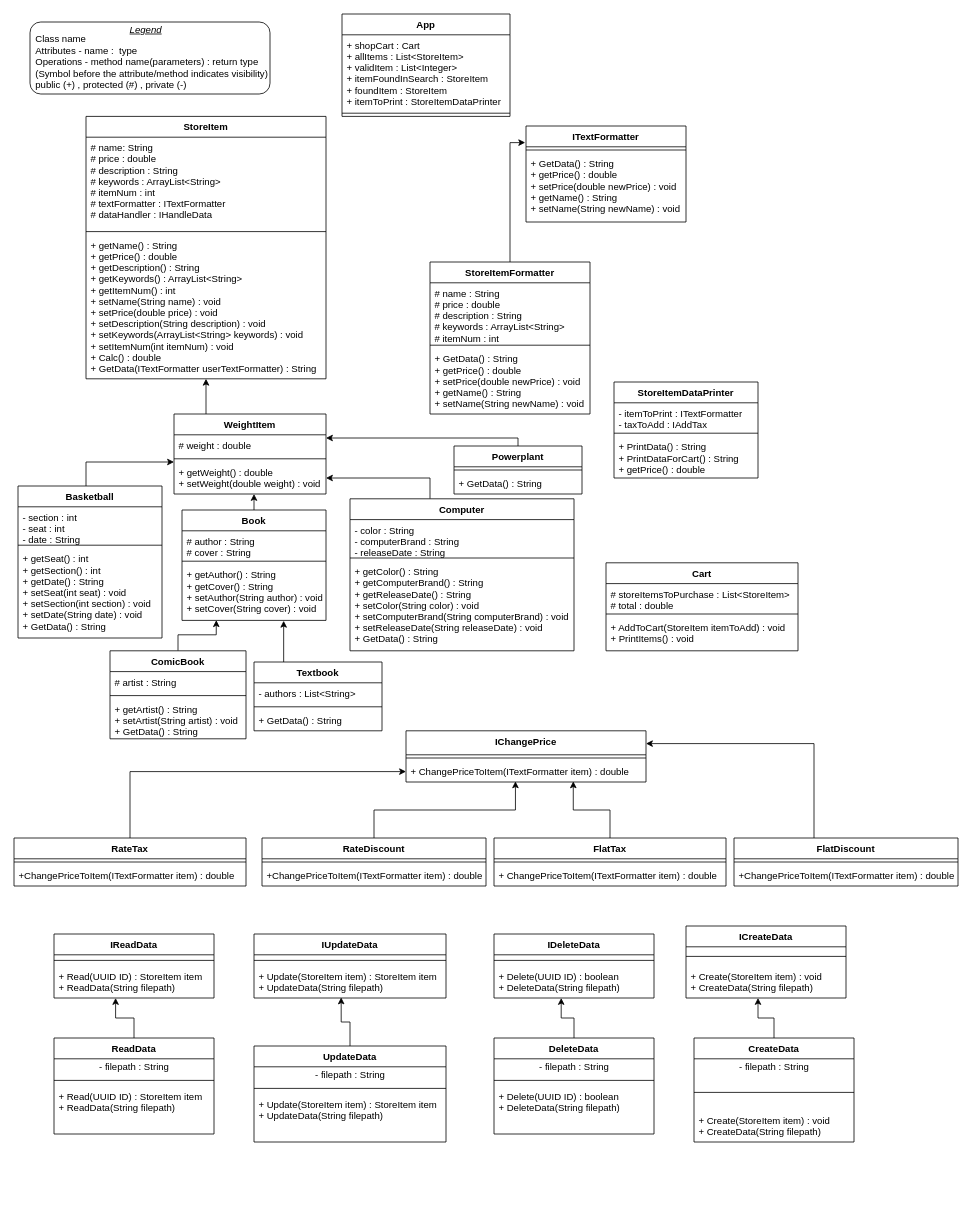
Earlier version of the draw.io diagram Virtual Store Final.drawio (Seneca-Foundation/Virtual-Store). Source tidied: cells renumbered, new cells numbered last; positions are measured from the earlier drawing's top-left corner, leaving out a move shared by most shapes. Both pictures are drawn from the tidied source at 80%, with x=0, y=0 at pixel (14, 14).
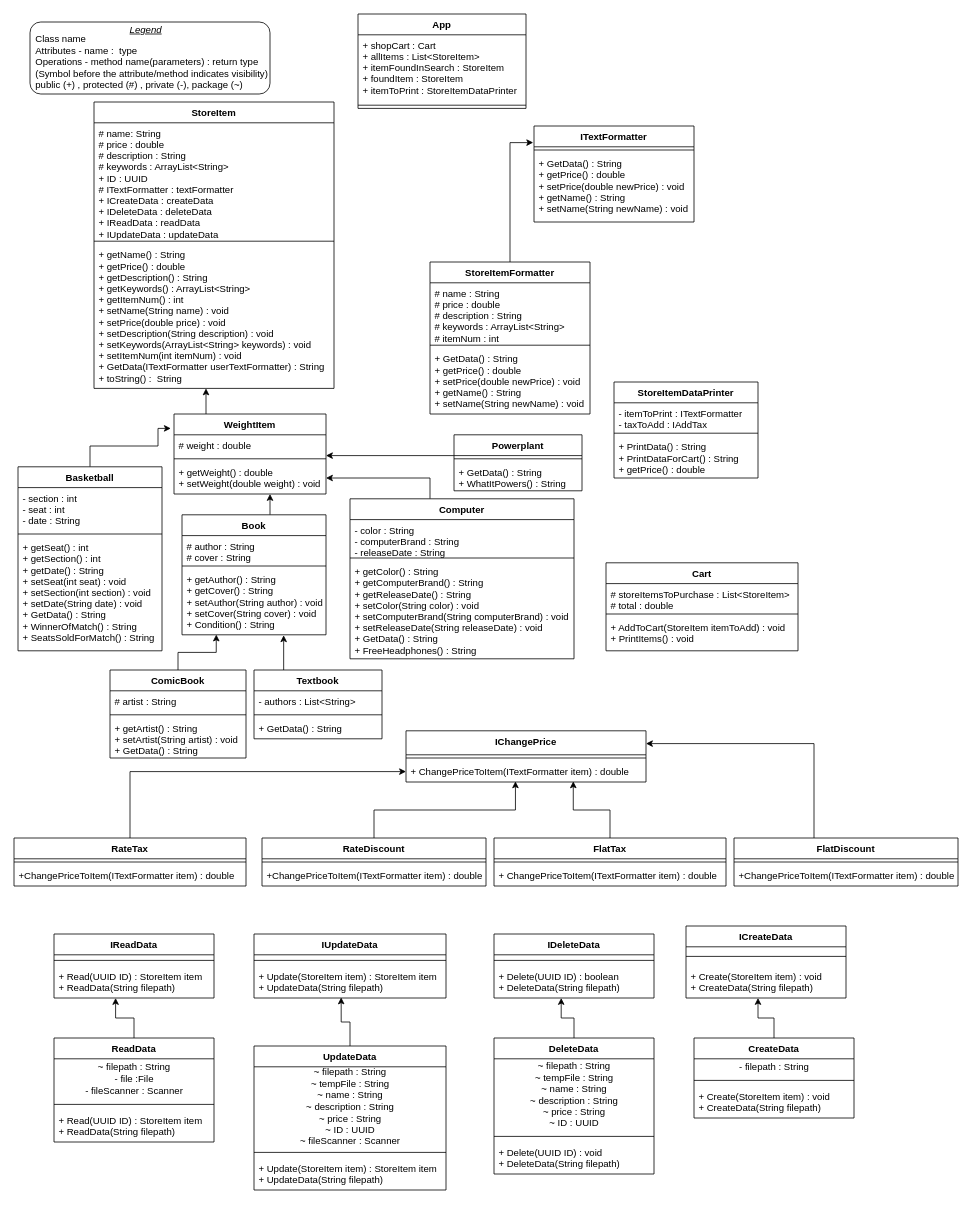
The same diagram, later.

Unchanged cells that the change refers to:
```xml
<mxCell id="26" value="WeightItem" style="swimlane;fontStyle=1;align=center;verticalAlign=top;horizontal=1;startSize=26;" parent="1" vertex="1">
  <mxGeometry x="200" y="500" width="190" height="100" as="geometry" />
</mxCell>
<mxCell id="29" value="+ getWeight() : double&#10;+ setWeight(double weight) : void" style="text;strokeColor=none;fillColor=none;align=left;verticalAlign=top;spacingLeft=4;spacingRight=4;overflow=hidden;points=[[0,0.5],[1,0.5]];portConstraint=eastwest;" parent="26" vertex="1">
  <mxGeometry y="60" width="190" height="40" as="geometry" />
</mxCell>
```

The edit, as a diff of the source:
```diff
@@
     <mxCell id="2" value="StoreItem" style="swimlane;fontStyle=1;align=center;verticalAlign=top;horizontal=1;startSize=26;" parent="1" vertex="1">
-      <mxGeometry x="90" y="128" width="300" height="328" as="geometry" />
+      <mxGeometry x="100" y="110" width="300" height="358" as="geometry" />
     </mxCell>
-    <mxCell id="3" value="# name: String&#10;# price : double&#10;# description : String&#10;# keywords : ArrayList&lt;String&gt;&#10;# itemNum : int&#10;# textFormatter : ITextFormatter&#10;# dataHandler : IHandleData&#10;" style="text;strokeColor=none;fillColor=none;align=left;verticalAlign=top;spacingLeft=4;spacingRight=4;overflow=hidden;" parent="2" vertex="1">
-      <mxGeometry y="26" width="300" height="114" as="geometry" />
+    <mxCell id="3" value="# name: String&#10;# price : double&#10;# description : String&#10;# keywords : ArrayList&lt;String&gt;&#10;+ ID : UUID&#10;# ITextFormatter : textFormatter&#10;+ ICreateData : createData&#10;+ IDeleteData : deleteData&#10;+ IReadData : readData&#10;+ IUpdateData : updateData&#10;" style="text;strokeColor=none;fillColor=none;align=left;verticalAlign=top;spacingLeft=4;spacingRight=4;overflow=hidden;" parent="2" vertex="1">
+      <mxGeometry y="26" width="300" height="144" as="geometry" />
     </mxCell>
     <mxCell id="4" style="line;strokeWidth=1;fillColor=none;align=left;verticalAlign=middle;spacingTop=-1;spacingLeft=3;spacingRight=3;labelPosition=right;" parent="2" vertex="1">
-      <mxGeometry y="140" width="300" height="8" as="geometry" />
+      <mxGeometry y="170" width="300" height="8" as="geometry" />
     </mxCell>
-    <mxCell id="5" value="+ getName() : String&#10;+ getPrice() : double&#10;+ getDescription() : String&#10;+ getKeywords() : ArrayList&lt;String&gt;&#10;+ getItemNum() : int&#10;+ setName(String name) : void&#10;+ setPrice(double price) : void&#10;+ setDescription(String description) : void&#10;+ setKeywords(ArrayList&lt;String&gt; keywords) : void&#10;+ setItemNum(int itemNum) : void&#10;+ Calc() : double&#10;+ GetData(ITextFormatter userTextFormatter) : String" style="text;strokeColor=none;fillColor=none;align=left;verticalAlign=top;spacingLeft=4;spacingRight=4;overflow=hidden;points=[[0,0.5],[1,0.5]];portConstraint=eastwest;" parent="2" vertex="1">
-      <mxGeometry y="148" width="300" height="180" as="geometry" />
+    <mxCell id="5" value="+ getName() : String&#10;+ getPrice() : double&#10;+ getDescription() : String&#10;+ getKeywords() : ArrayList&lt;String&gt;&#10;+ getItemNum() : int&#10;+ setName(String name) : void&#10;+ setPrice(double price) : void&#10;+ setDescription(String description) : void&#10;+ setKeywords(ArrayList&lt;String&gt; keywords) : void&#10;+ setItemNum(int itemNum) : void&#10;+ GetData(ITextFormatter userTextFormatter) : String&#10;+ toString() :  String" style="text;strokeColor=none;fillColor=none;align=left;verticalAlign=top;spacingLeft=4;spacingRight=4;overflow=hidden;points=[[0,0.5],[1,0.5]];portConstraint=eastwest;" parent="2" vertex="1">
+      <mxGeometry y="178" width="300" height="180" as="geometry" />
     </mxCell>
-    <mxCell id="6" style="edgeStyle=orthogonalEdgeStyle;rounded=0;jettySize=auto;html=1;" parent="1" edge="1" source="7" target="29">
-      <mxGeometry relative="1" as="geometry">
-        <Array as="points">
-          <mxPoint x="90" y="560" />
-        </Array>
-      </mxGeometry>
-    </mxCell>
+    <mxCell id="114" style="edgeStyle=orthogonalEdgeStyle;rounded=0;jettySize=auto;html=1;entryX=-0.021;entryY=0.18;entryDx=0;entryDy=0;entryPerimeter=0;" parent="1" edge="1" source="7" target="26">
+      <mxGeometry relative="1" as="geometry">
+        <Array as="points">
+          <mxPoint x="95" y="540" />
+          <mxPoint x="180" y="540" />
+          <mxPoint x="180" y="518" />
+        </Array>
+      </mxGeometry>
+    </mxCell>
     <mxCell id="7" value="Basketball" style="swimlane;fontStyle=1;align=center;verticalAlign=top;horizontal=1;startSize=26;" parent="1" vertex="1">
-      <mxGeometry x="5" y="590" width="180" height="190" as="geometry" />
+      <mxGeometry x="5" y="566" width="180" height="230" as="geometry" />
     </mxCell>
     <mxCell id="8" value="- section : int&#10;- seat : int&#10;- date : String" style="text;strokeColor=none;fillColor=none;align=left;verticalAlign=top;spacingLeft=4;spacingRight=4;overflow=hidden;" parent="7" vertex="1">
-      <mxGeometry y="26" width="180" height="44" as="geometry" />
+      <mxGeometry y="26" width="180" height="54" as="geometry" />
     </mxCell>
     <mxCell id="9" style="line;strokeWidth=1;fillColor=none;align=left;verticalAlign=middle;spacingTop=-1;spacingLeft=3;spacingRight=3;labelPosition=right;" parent="7" vertex="1">
-      <mxGeometry y="70" width="180" height="8" as="geometry" />
+      <mxGeometry y="80" width="180" height="8" as="geometry" />
     </mxCell>
-    <mxCell id="10" value="+ getSeat() : int&#10;+ getSection() : int&#10;+ getDate() : String&#10;+ setSeat(int seat) : void&#10;+ setSection(int section) : void&#10;+ setDate(String date) : void&#10;+ GetData() : String " style="text;strokeColor=none;fillColor=none;align=left;verticalAlign=top;spacingLeft=4;spacingRight=4;overflow=hidden;" parent="7" vertex="1">
-      <mxGeometry y="78" width="180" height="112" as="geometry" />
+    <mxCell id="10" value="+ getSeat() : int&#10;+ getSection() : int&#10;+ getDate() : String&#10;+ setSeat(int seat) : void&#10;+ setSection(int section) : void&#10;+ setDate(String date) : void&#10;+ GetData() : String &#10;+ WinnerOfMatch() : String&#10;+ SeatsSoldForMatch() : String" style="text;strokeColor=none;fillColor=none;align=left;verticalAlign=top;spacingLeft=4;spacingRight=4;overflow=hidden;" parent="7" vertex="1">
+      <mxGeometry y="88" width="180" height="142" as="geometry" />
     </mxCell>
@@
     <mxCell id="12" value="Book" style="swimlane;fontStyle=1;align=center;verticalAlign=top;horizontal=1;startSize=26;" parent="1" vertex="1">
-      <mxGeometry x="210" y="620" width="180" height="138" as="geometry" />
+      <mxGeometry x="210" y="626" width="180" height="150" as="geometry" />
     </mxCell>
@@
-    <mxCell id="15" value="+ getAuthor() : String&#10;+ getCover() : String&#10;+ setAuthor(String author) : void&#10;+ setCover(String cover) : void" style="text;strokeColor=none;fillColor=none;align=left;verticalAlign=top;spacingLeft=4;spacingRight=4;overflow=hidden;points=[[0,0.5],[1,0.5]];portConstraint=eastwest;" parent="12" vertex="1">
-      <mxGeometry y="68" width="180" height="70" as="geometry" />
+    <mxCell id="15" value="+ getAuthor() : String&#10;+ getCover() : String&#10;+ setAuthor(String author) : void&#10;+ setCover(String cover) : void&#10;+ Condition() : String&#10;" style="text;strokeColor=none;fillColor=none;align=left;verticalAlign=top;spacingLeft=4;spacingRight=4;overflow=hidden;points=[[0,0.5],[1,0.5]];portConstraint=eastwest;" parent="12" vertex="1">
+      <mxGeometry y="68" width="180" height="82" as="geometry" />
     </mxCell>
@@
     <mxCell id="17" value="Computer" style="swimlane;fontStyle=1;align=center;verticalAlign=top;horizontal=1;startSize=26;" parent="1" vertex="1">
-      <mxGeometry x="420" y="606" width="280" height="190" as="geometry" />
+      <mxGeometry x="420" y="606" width="280" height="200" as="geometry" />
     </mxCell>
@@
-    <mxCell id="20" value="+ getColor() : String&#10;+ getComputerBrand() : String&#10;+ getReleaseDate() : String&#10;+ setColor(String color) : void&#10;+ setComputerBrand(String computerBrand) : void&#10;+ setReleaseDate(String releaseDate) : void&#10;+ GetData() : String&#10;&#10;" style="text;strokeColor=none;fillColor=none;align=left;verticalAlign=top;spacingLeft=4;spacingRight=4;overflow=hidden;" parent="17" vertex="1">
-      <mxGeometry y="78" width="280" height="112" as="geometry" />
+    <mxCell id="20" value="+ getColor() : String&#10;+ getComputerBrand() : String&#10;+ getReleaseDate() : String&#10;+ setColor(String color) : void&#10;+ setComputerBrand(String computerBrand) : void&#10;+ setReleaseDate(String releaseDate) : void&#10;+ GetData() : String&#10;+ FreeHeadphones() : String&#10;&#10;" style="text;strokeColor=none;fillColor=none;align=left;verticalAlign=top;spacingLeft=4;spacingRight=4;overflow=hidden;" parent="17" vertex="1">
+      <mxGeometry y="78" width="280" height="122" as="geometry" />
     </mxCell>
@@
     <mxCell id="22" value="Powerplant" style="swimlane;fontStyle=1;align=center;verticalAlign=top;horizontal=1;startSize=26;" parent="1" vertex="1">
-      <mxGeometry x="550" y="540" width="160" height="60" as="geometry" />
+      <mxGeometry x="550" y="526" width="160" height="70" as="geometry" />
     </mxCell>
@@
-    <mxCell id="24" value="+ GetData() : String" style="text;strokeColor=none;fillColor=none;align=left;verticalAlign=top;spacingLeft=4;spacingRight=4;overflow=hidden;" parent="22" vertex="1">
-      <mxGeometry y="34" width="160" height="26" as="geometry" />
+    <mxCell id="24" value="+ GetData() : String&#10;+ WhatItPowers() : String" style="text;strokeColor=none;fillColor=none;align=left;verticalAlign=top;spacingLeft=4;spacingRight=4;overflow=hidden;" parent="22" vertex="1">
+      <mxGeometry y="34" width="160" height="36" as="geometry" />
     </mxCell>
@@
     <mxCell id="31" value="ComicBook" style="swimlane;fontStyle=1;align=center;verticalAlign=top;horizontal=1;startSize=26;" parent="1" vertex="1">
-      <mxGeometry x="120" y="796" width="170" height="110" as="geometry" />
+      <mxGeometry x="120" y="820" width="170" height="110" as="geometry" />
     </mxCell>
@@
     <mxCell id="36" value="Textbook&#10;" style="swimlane;fontStyle=1;align=center;verticalAlign=top;horizontal=1;startSize=26;" parent="1" vertex="1">
-      <mxGeometry x="300" y="810" width="160" height="86" as="geometry" />
+      <mxGeometry x="300" y="820" width="160" height="86" as="geometry" />
     </mxCell>
@@
     <mxCell id="40" value="ITextFormatter" style="swimlane;fontStyle=1;align=center;verticalAlign=top;horizontal=1;startSize=26;" parent="1" vertex="1">
-      <mxGeometry x="640" y="140" width="200" height="120" as="geometry" />
+      <mxGeometry x="650" y="140" width="200" height="120" as="geometry" />
     </mxCell>
@@
     <mxCell id="54" value="App" style="swimlane;fontStyle=1;align=center;verticalAlign=top;horizontal=1;startSize=26;" parent="1" vertex="1">
-      <mxGeometry x="410" width="210" height="128" as="geometry" />
+      <mxGeometry x="430" width="210" height="118" as="geometry" />
     </mxCell>
-    <mxCell id="55" value="+ shopCart : Cart&#10;+ allItems : List&lt;StoreItem&gt;&#10;+ validItem : List&lt;Integer&gt;&#10;+ itemFoundInSearch : StoreItem&#10;+ foundItem : StoreItem&#10;+ itemToPrint : StoreItemDataPrinter" style="text;strokeColor=none;fillColor=none;align=left;verticalAlign=top;spacingLeft=4;spacingRight=4;overflow=hidden;" parent="54" vertex="1">
-      <mxGeometry y="26" width="210" height="94" as="geometry" />
+    <mxCell id="55" value="+ shopCart : Cart&#10;+ allItems : List&lt;StoreItem&gt;&#10;+ itemFoundInSearch : StoreItem&#10;+ foundItem : StoreItem&#10;+ itemToPrint : StoreItemDataPrinter" style="text;strokeColor=none;fillColor=none;align=left;verticalAlign=top;spacingLeft=4;spacingRight=4;overflow=hidden;" parent="54" vertex="1">
+      <mxGeometry y="26" width="210" height="84" as="geometry" />
     </mxCell>
     <mxCell id="56" style="line;strokeWidth=1;fillColor=none;align=left;verticalAlign=middle;spacingTop=-1;spacingLeft=3;spacingRight=3;labelPosition=right;" parent="54" vertex="1">
-      <mxGeometry y="120" width="210" height="8" as="geometry" />
+      <mxGeometry y="110" width="210" height="8" as="geometry" />
     </mxCell>
@@
-    <mxCell id="67" value="Class name&lt;br&gt;Attributes - name :&amp;nbsp; type&lt;br&gt;Operations - method name(parameters) : return type&lt;br&gt;(Symbol before the attribute/method indicates visibility)&lt;br&gt;public (+) , protected (#) , private (-)" style="text;html=1;strokeColor=none;fillColor=none;align=left;verticalAlign=middle;whiteSpace=wrap;rounded=0;" parent="1" vertex="1">
+    <mxCell id="67" value="Class name&lt;br&gt;Attributes - name :&amp;nbsp; type&lt;br&gt;Operations - method name(parameters) : return type&lt;br&gt;(Symbol before the attribute/method indicates visibility)&lt;br&gt;public (+) , protected (#) , private (-), package (~)" style="text;html=1;strokeColor=none;fillColor=none;align=left;verticalAlign=middle;whiteSpace=wrap;rounded=0;" parent="1" vertex="1">
       <mxGeometry x="25" y="40" width="295" height="40" as="geometry" />
     </mxCell>
@@
     <mxCell id="75" value="CreateData" style="swimlane;fontStyle=1;align=center;verticalAlign=top;horizontal=1;startSize=26;" parent="1" vertex="1">
-      <mxGeometry x="850" y="1280" width="200" height="130" as="geometry" />
+      <mxGeometry x="850" y="1280" width="200" height="100" as="geometry" />
     </mxCell>
@@
     <mxCell id="77" style="line;strokeWidth=1;fillColor=none;align=left;verticalAlign=middle;spacingTop=-1;spacingLeft=3;spacingRight=3;labelPosition=right;" parent="75" vertex="1">
-      <mxGeometry y="46" width="200" height="44" as="geometry" />
+      <mxGeometry y="46" width="200" height="14" as="geometry" />
     </mxCell>
     <mxCell id="78" value="+ Create(StoreItem item) : void&#10;+ CreateData(String filepath)" style="text;strokeColor=none;fillColor=none;align=left;verticalAlign=top;spacingLeft=4;spacingRight=4;overflow=hidden;" parent="75" vertex="1">
-      <mxGeometry y="90" width="200" height="40" as="geometry" />
+      <mxGeometry y="60" width="200" height="40" as="geometry" />
     </mxCell>
@@
     <mxCell id="80" value="ReadData" style="swimlane;fontStyle=1;align=center;verticalAlign=top;horizontal=1;startSize=26;" parent="1" vertex="1">
-      <mxGeometry x="50" y="1280" width="200" height="120" as="geometry" />
+      <mxGeometry x="50" y="1280" width="200" height="130" as="geometry" />
     </mxCell>
-    <mxCell id="81" value="- filepath : String" style="text;html=1;align=center;verticalAlign=middle;strokeColor=none;" parent="80" vertex="1">
-      <mxGeometry y="26" width="200" height="20" as="geometry" />
+    <mxCell id="81" value="~ filepath : String&lt;br&gt;- file :File&lt;br&gt;- fileScanner : Scanner&lt;br&gt;" style="text;html=1;align=center;verticalAlign=middle;strokeColor=none;" parent="80" vertex="1">
+      <mxGeometry y="26" width="200" height="50" as="geometry" />
     </mxCell>
     <mxCell id="82" style="line;strokeWidth=1;fillColor=none;align=left;verticalAlign=middle;spacingTop=-1;spacingLeft=3;spacingRight=3;labelPosition=right;" parent="80" vertex="1">
-      <mxGeometry y="46" width="200" height="14" as="geometry" />
+      <mxGeometry y="76" width="200" height="14" as="geometry" />
     </mxCell>
     <mxCell id="83" value="+ Read(UUID ID) : StoreItem item&#10;+ ReadData(String filepath)" style="text;strokeColor=none;fillColor=none;align=left;verticalAlign=top;spacingLeft=4;spacingRight=4;overflow=hidden;" parent="80" vertex="1">
-      <mxGeometry y="60" width="200" height="60" as="geometry" />
+      <mxGeometry y="90" width="200" height="40" as="geometry" />
     </mxCell>
@@
     <mxCell id="85" value="UpdateData" style="swimlane;fontStyle=1;align=center;verticalAlign=top;horizontal=1;startSize=26;" parent="1" vertex="1">
-      <mxGeometry x="300" y="1290" width="240" height="120" as="geometry" />
+      <mxGeometry x="300" y="1290" width="240" height="180" as="geometry" />
     </mxCell>
-    <mxCell id="86" value="- filepath : String" style="text;html=1;align=center;verticalAlign=middle;strokeColor=none;" parent="85" vertex="1">
-      <mxGeometry y="26" width="240" height="20" as="geometry" />
+    <mxCell id="86" value="~ filepath : String&lt;br&gt;~ tempFile : String&lt;br&gt;~ name : String&lt;br&gt;~ description : String&lt;br&gt;~ price : String&lt;br&gt;~ ID : UUID&lt;br&gt;~ fileScanner : Scanner" style="text;html=1;align=center;verticalAlign=middle;strokeColor=none;" parent="85" vertex="1">
+      <mxGeometry y="26" width="240" height="100" as="geometry" />
     </mxCell>
     <mxCell id="87" style="line;strokeWidth=1;fillColor=none;align=left;verticalAlign=middle;spacingTop=-1;spacingLeft=3;spacingRight=3;labelPosition=right;" parent="85" vertex="1">
-      <mxGeometry y="46" width="240" height="14" as="geometry" />
+      <mxGeometry y="126" width="240" height="14" as="geometry" />
     </mxCell>
     <mxCell id="88" value="+ Update(StoreItem item) : StoreItem item&#10;+ UpdateData(String filepath)" style="text;strokeColor=none;fillColor=none;align=left;verticalAlign=top;spacingLeft=4;spacingRight=4;overflow=hidden;" parent="85" vertex="1">
-      <mxGeometry y="60" width="240" height="60" as="geometry" />
+      <mxGeometry y="140" width="240" height="40" as="geometry" />
     </mxCell>
@@
     <mxCell id="90" value="DeleteData" style="swimlane;fontStyle=1;align=center;verticalAlign=top;horizontal=1;startSize=26;" parent="1" vertex="1">
-      <mxGeometry x="600" y="1280" width="200" height="120" as="geometry" />
+      <mxGeometry x="600" y="1280" width="200" height="170" as="geometry" />
     </mxCell>
-    <mxCell id="91" value="- filepath : String" style="text;html=1;align=center;verticalAlign=middle;strokeColor=none;" parent="90" vertex="1">
-      <mxGeometry y="26" width="200" height="20" as="geometry" />
+    <mxCell id="91" value="~ filepath : String&lt;br&gt;~ tempFile : String&lt;br&gt;~ name : String&lt;br&gt;~ description : String&lt;br&gt;~ price : String&lt;br&gt;~ ID : UUID&lt;br&gt;" style="text;html=1;align=center;verticalAlign=middle;strokeColor=none;" parent="90" vertex="1">
+      <mxGeometry y="26" width="200" height="90" as="geometry" />
     </mxCell>
     <mxCell id="92" style="line;strokeWidth=1;fillColor=none;align=left;verticalAlign=middle;spacingTop=-1;spacingLeft=3;spacingRight=3;labelPosition=right;" parent="90" vertex="1">
-      <mxGeometry y="46" width="200" height="14" as="geometry" />
+      <mxGeometry y="116" width="200" height="14" as="geometry" />
     </mxCell>
-    <mxCell id="93" value="+ Delete(UUID ID) : boolean&#10;+ DeleteData(String filepath)" style="text;strokeColor=none;fillColor=none;align=left;verticalAlign=top;spacingLeft=4;spacingRight=4;overflow=hidden;" parent="90" vertex="1">
-      <mxGeometry y="60" width="200" height="60" as="geometry" />
+    <mxCell id="93" value="+ Delete(UUID ID) : void&#10;+ DeleteData(String filepath)" style="text;strokeColor=none;fillColor=none;align=left;verticalAlign=top;spacingLeft=4;spacingRight=4;overflow=hidden;" parent="90" vertex="1">
+      <mxGeometry y="130" width="200" height="40" as="geometry" />
     </mxCell>
```
